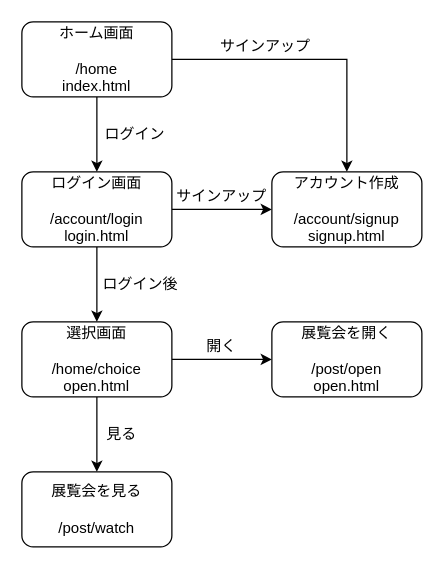
Earlier version of the draw.io diagram plan.drawio (012xx/online_museum). Source tidied: cells renumbered, new cells numbered last; positions are measured from the earlier drawing's top-left corner, leaving out a move shared by most shapes. Both pictures are drawn from the tidied source at 125%, with x=0, y=0 at pixel (21, 21).
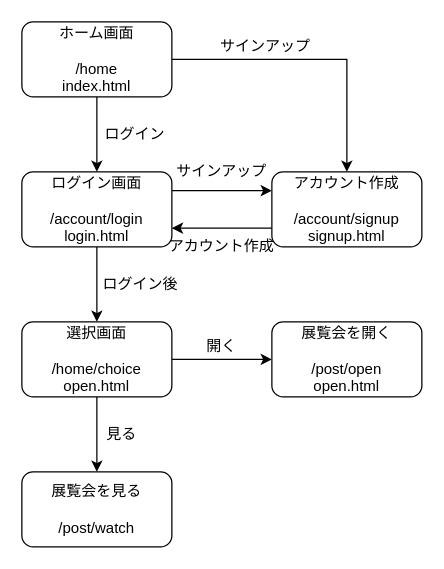
The same diagram, later.

Unchanged cells that the change refers to:
```xml
<mxCell id="7" value="ログイン画面&lt;br&gt;&lt;br&gt;/account/login&lt;br&gt;login.html" style="rounded=1;whiteSpace=wrap;html=1;" parent="1" vertex="1">
  <mxGeometry y="120" width="120" height="60" as="geometry" />
</mxCell>
<mxCell id="9" value="アカウント作成&lt;br&gt;&lt;br&gt;/account/signup&lt;br&gt;signup.html" style="rounded=1;whiteSpace=wrap;html=1;" parent="1" vertex="1">
  <mxGeometry x="200" y="120" width="120" height="60" as="geometry" />
</mxCell>
<mxCell id="14" value="選択画面&lt;br&gt;&lt;br&gt;/home/choice&lt;br&gt;open.html" style="rounded=1;whiteSpace=wrap;html=1;" parent="1" vertex="1">
  <mxGeometry y="240" width="120" height="60" as="geometry" />
</mxCell>
```

Change to the diagram source:
```diff
@@
+    <mxCell id="6" style="edgeStyle=orthogonalEdgeStyle;rounded=0;jettySize=auto;html=1;entryX=0.5;entryY=0;entryDx=0;entryDy=0;" parent="1" edge="1" source="7" target="14">
+      <mxGeometry relative="1" as="geometry" />
+    </mxCell>
-    <mxCell id="5" style="edgeStyle=orthogonalEdgeStyle;rounded=0;jettySize=auto;html=1;entryX=0;entryY=0.5;entryDx=0;entryDy=0;" parent="1" edge="1" source="7" target="9">
+    <mxCell id="5" style="edgeStyle=orthogonalEdgeStyle;rounded=0;jettySize=auto;html=1;exitX=1;exitY=0.25;exitDx=0;exitDy=0;entryX=0;entryY=0.25;entryDx=0;entryDy=0;" parent="1" edge="1" source="7" target="9">
       <mxGeometry relative="1" as="geometry" />
     </mxCell>
-    <mxCell id="6" style="edgeStyle=orthogonalEdgeStyle;rounded=0;jettySize=auto;html=1;entryX=0.5;entryY=0;entryDx=0;entryDy=0;" parent="1" edge="1" source="7" target="14">
-      <mxGeometry relative="1" as="geometry" />
-    </mxCell>
@@
+    <mxCell id="20" style="edgeStyle=orthogonalEdgeStyle;rounded=0;jettySize=auto;html=1;exitX=0;exitY=0.75;exitDx=0;exitDy=0;entryX=1;entryY=0.75;entryDx=0;entryDy=0;" parent="1" edge="1" source="9" target="7">
+      <mxGeometry relative="1" as="geometry" />
+    </mxCell>
@@
     <mxCell id="11" value="サインアップ" style="text;html=1;strokeColor=none;fillColor=none;align=center;verticalAlign=middle;whiteSpace=wrap;rounded=0;" parent="1" vertex="1">
-      <mxGeometry x="120" y="130" width="80" height="20" as="geometry" />
+      <mxGeometry x="120" y="110" width="80" height="20" as="geometry" />
     </mxCell>
@@
+    <mxCell id="21" value="アカウント作成" style="text;html=1;strokeColor=none;fillColor=none;align=center;verticalAlign=middle;whiteSpace=wrap;rounded=0;" parent="1" vertex="1">
+      <mxGeometry x="115" y="170" width="90" height="20" as="geometry" />
+    </mxCell>
```
